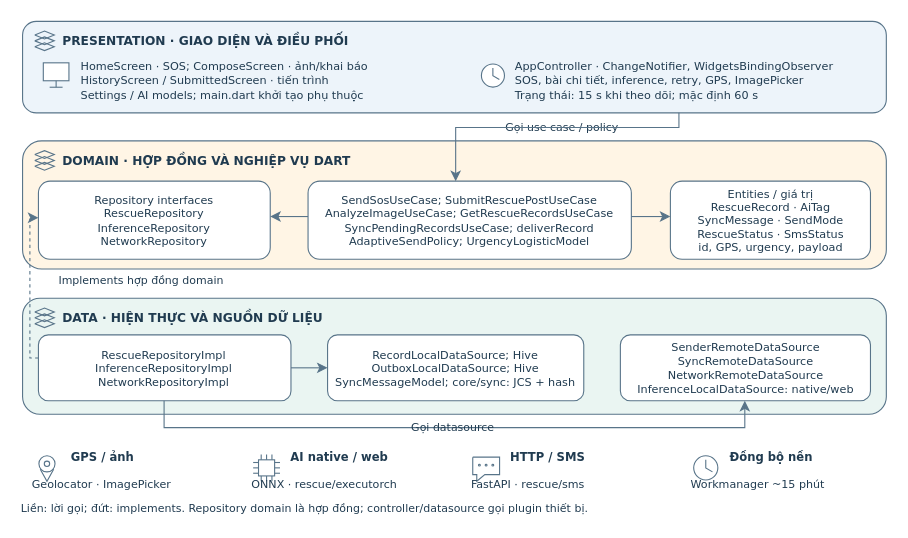
Earlier version of the draw.io diagram report/assets/diagrams/mobile_architecture.drawio (ngthtrong/nckh2). Source tidied: cells renumbered, new cells numbered last; positions are measured from the earlier drawing's top-left corner, leaving out a move shared by most shapes. Both pictures are drawn from the tidied source at 122%, with x=0, y=0 at pixel (21, 21).
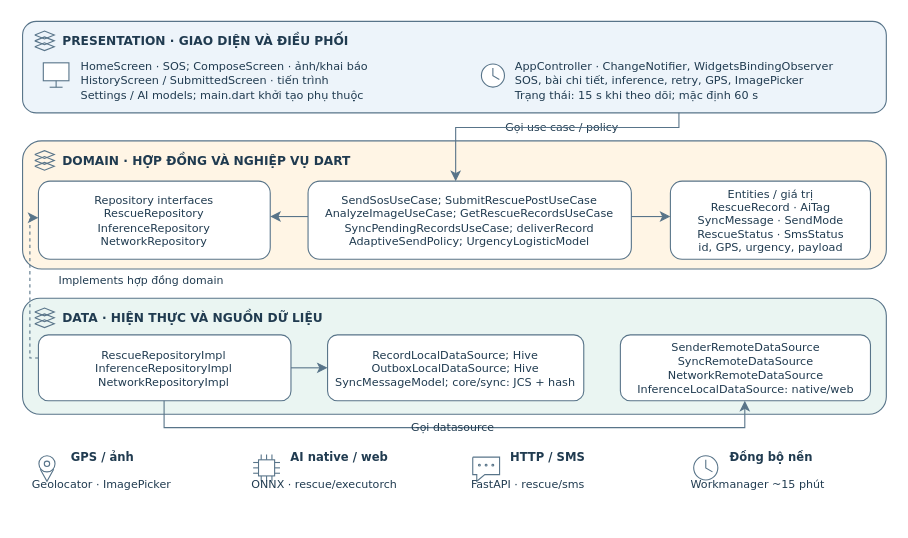
Above is the later version.

The edit, as a diff of the source:
```diff
@@
-    <mxCell id="79" value="&lt;div&gt;Liền: lời gọi; đứt: implements. Repository domain là hợp đồng; controller/datasource gọi plugin thiết bị.&lt;/div&gt;" style="text;html=1;whiteSpace=wrap;align=left;verticalAlign=middle;fontFamily=DejaVu Sans;fontSize=9;fontStyle=0;fontColor=#203B50;spacing=0;overflow=visible;" parent="1" vertex="1">
-      <mxGeometry y="394" width="467.9" height="12.1" as="geometry" />
-    </mxCell>
```
